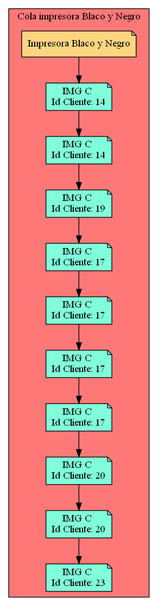
Earlier version of the Graphviz export Cola_Print_bw.png (Serch-ING/EDD_UDRAWING_202000119). Its source is kept beside it as Cola_Print_bw.dot.
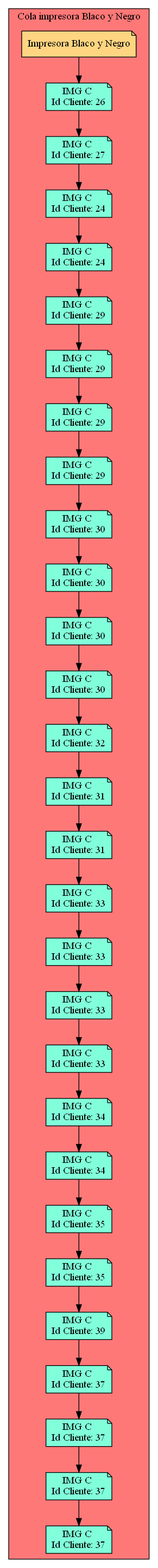
After the commit.

The edit, as a diff of the source:
```diff
@@ -3,43 +3,115 @@
 subgraph cluster_p{
     label= " Cola impresora Blaco y Negro "
  raiz[label = "Impresora Blaco y Negro" fillcolor="#FFD581" ]    bgcolor = "#FF7878"
-Nodo1083962448[label="IMG C
-Id Cliente: 14",fillcolor="#81FFDA"]
-Nodo953742666[label="IMG C
-Id Cliente: 14",fillcolor="#81FFDA"]
-Nodo1223867739[label="IMG C
-Id Cliente: 19",fillcolor="#81FFDA"]
-Nodo129153987[label="IMG C
-Id Cliente: 17",fillcolor="#81FFDA"]
-Nodo168907708[label="IMG C
-Id Cliente: 17",fillcolor="#81FFDA"]
-Nodo447718425[label="IMG C
-Id Cliente: 17",fillcolor="#81FFDA"]
-Nodo1206569586[label="IMG C
-Id Cliente: 17",fillcolor="#81FFDA"]
-Nodo869601985[label="IMG C
-Id Cliente: 20",fillcolor="#81FFDA"]
-Nodo1365008457[label="IMG C
-Id Cliente: 20",fillcolor="#81FFDA"]
-Nodo678433396[label="IMG C
-Id Cliente: 23",fillcolor="#81FFDA"]
+Nodo543846639[label="IMG C
+Id Cliente: 26",fillcolor="#81FFDA"]
+Nodo1084502906[label="IMG C
+Id Cliente: 27",fillcolor="#81FFDA"]
+Nodo1613095350[label="IMG C
+Id Cliente: 24",fillcolor="#81FFDA"]
+Nodo587153993[label="IMG C
+Id Cliente: 24",fillcolor="#81FFDA"]
+Nodo1199262943[label="IMG C
+Id Cliente: 29",fillcolor="#81FFDA"]
+Nodo2009221452[label="IMG C
+Id Cliente: 29",fillcolor="#81FFDA"]
+Nodo257513673[label="IMG C
+Id Cliente: 29",fillcolor="#81FFDA"]
+Nodo590845366[label="IMG C
+Id Cliente: 29",fillcolor="#81FFDA"]
+Nodo164974746[label="IMG C
+Id Cliente: 30",fillcolor="#81FFDA"]
+Nodo396283472[label="IMG C
+Id Cliente: 30",fillcolor="#81FFDA"]
+Nodo989892772[label="IMG C
+Id Cliente: 30",fillcolor="#81FFDA"]
+Nodo1020520290[label="IMG C
+Id Cliente: 30",fillcolor="#81FFDA"]
+Nodo442987331[label="IMG C
+Id Cliente: 32",fillcolor="#81FFDA"]
+Nodo1026055550[label="IMG C
+Id Cliente: 31",fillcolor="#81FFDA"]
+Nodo1073763441[label="IMG C
+Id Cliente: 31",fillcolor="#81FFDA"]
+Nodo2056031695[label="IMG C
+Id Cliente: 33",fillcolor="#81FFDA"]
+Nodo606508809[label="IMG C
+Id Cliente: 33",fillcolor="#81FFDA"]
+Nodo718187988[label="IMG C
+Id Cliente: 33",fillcolor="#81FFDA"]
+Nodo615438348[label="IMG C
+Id Cliente: 33",fillcolor="#81FFDA"]
+Nodo1414506856[label="IMG C
+Id Cliente: 34",fillcolor="#81FFDA"]
+Nodo612097453[label="IMG C
+Id Cliente: 34",fillcolor="#81FFDA"]
+Nodo770947228[label="IMG C
+Id Cliente: 35",fillcolor="#81FFDA"]
+Nodo590646109[label="IMG C
+Id Cliente: 35",fillcolor="#81FFDA"]
+Nodo1233705144[label="IMG C
+Id Cliente: 39",fillcolor="#81FFDA"]
+Nodo202125197[label="IMG C
+Id Cliente: 37",fillcolor="#81FFDA"]
+Nodo811301908[label="IMG C
+Id Cliente: 37",fillcolor="#81FFDA"]
+Nodo1762902523[label="IMG C
+Id Cliente: 37",fillcolor="#81FFDA"]
+Nodo1725008249[label="IMG C
+Id Cliente: 37",fillcolor="#81FFDA"]
 
-raiz->Nodo1083962448
-Nodo1083962448 -> Nodo953742666
+raiz->Nodo543846639
+Nodo543846639 -> Nodo1084502906
 
-Nodo953742666 -> Nodo1223867739
+Nodo1084502906 -> Nodo1613095350
 
-Nodo1223867739 -> Nodo129153987
+Nodo1613095350 -> Nodo587153993
 
-Nodo129153987 -> Nodo168907708
+Nodo587153993 -> Nodo1199262943
 
-Nodo168907708 -> Nodo447718425
+Nodo1199262943 -> Nodo2009221452
 
-Nodo447718425 -> Nodo1206569586
+Nodo2009221452 -> Nodo257513673
 
-Nodo1206569586 -> Nodo869601985
+Nodo257513673 -> Nodo590845366
 
-Nodo869601985 -> Nodo1365008457
+Nodo590845366 -> Nodo164974746
 
-Nodo1365008457 -> Nodo678433396
+Nodo164974746 -> Nodo396283472
+
+Nodo396283472 -> Nodo989892772
+
+Nodo989892772 -> Nodo1020520290
+
+Nodo1020520290 -> Nodo442987331
+
+Nodo442987331 -> Nodo1026055550
+
+Nodo1026055550 -> Nodo1073763441
+
+Nodo1073763441 -> Nodo2056031695
+
+Nodo2056031695 -> Nodo606508809
+
+Nodo606508809 -> Nodo718187988
+
+Nodo718187988 -> Nodo615438348
+
+Nodo615438348 -> Nodo1414506856
+
+Nodo1414506856 -> Nodo612097453
+
+Nodo612097453 -> Nodo770947228
+
+Nodo770947228 -> Nodo590646109
+
+Nodo590646109 -> Nodo1233705144
+
+Nodo1233705144 -> Nodo202125197
+
+Nodo202125197 -> Nodo811301908
+
+Nodo811301908 -> Nodo1762902523
+
+Nodo1762902523 -> Nodo1725008249
 }}
```
